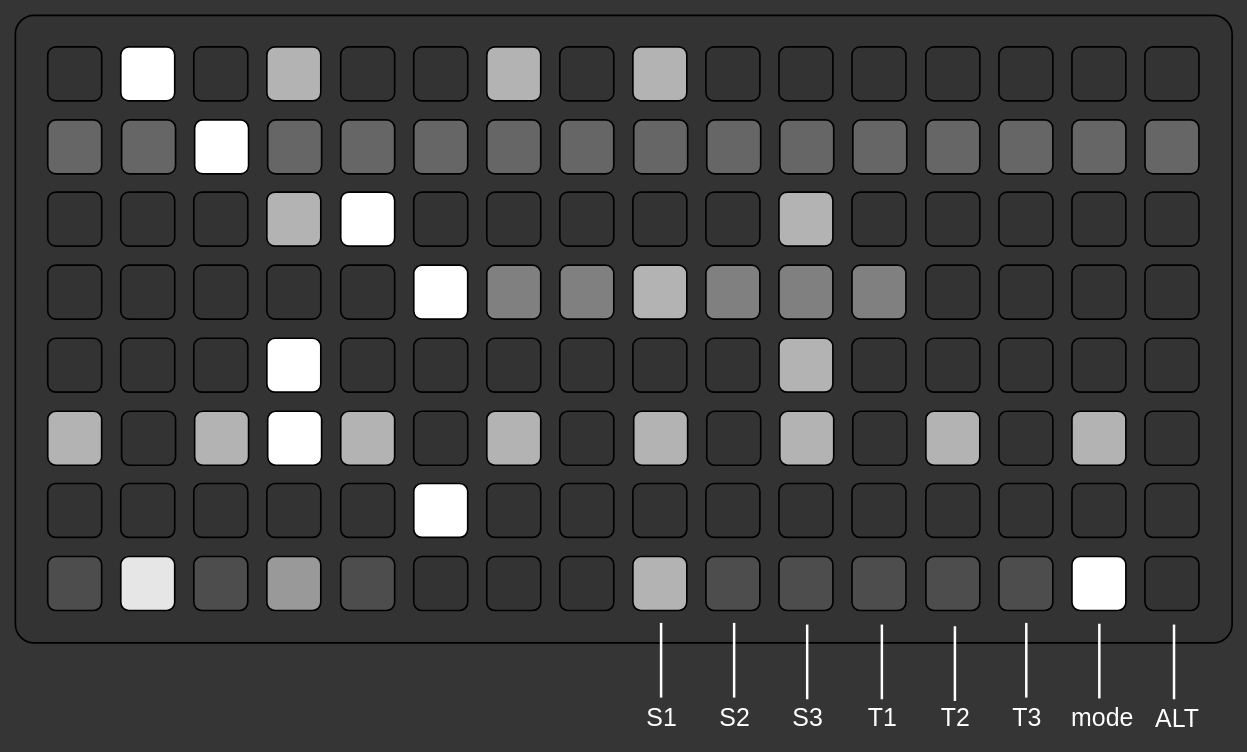
Above: page "main_grid" (1 of 12) of static/grid_movements.drawio in leontoddjohnson/etc (draw.io), before the change. Source tidied: cells renumbered, new cells numbered last; positions are measured from the earlier drawing's top-left corner, leaving out a move shared by most shapes. Both pictures are drawn from the tidied source at 83%, with x=0, y=0 at pixel (15, 15).
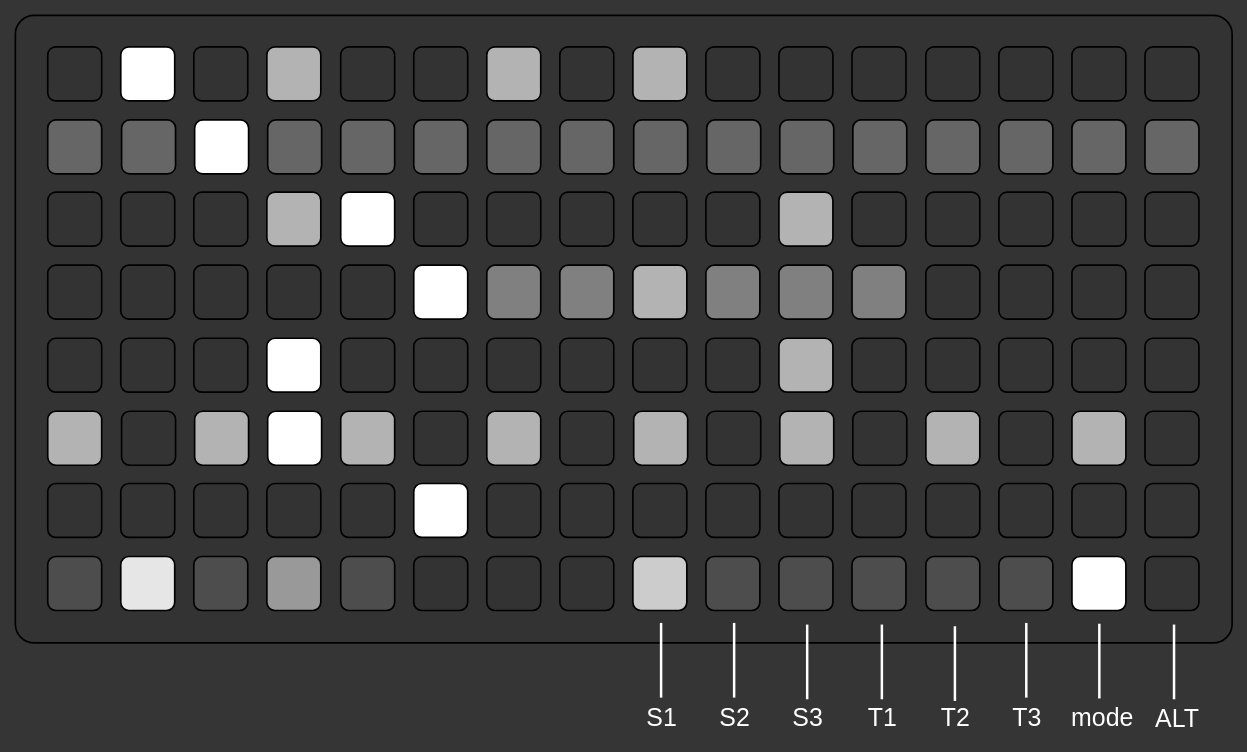
The same page after the edit.

Diff of the diagram source:
```diff
@@
-    <mxCell id="123" style="rounded=1;whiteSpace=wrap;html=1;strokeWidth=2;fillColor=#B3B3B3;strokeColor=default;" parent="1" vertex="1">
+    <mxCell id="123" style="rounded=1;whiteSpace=wrap;html=1;strokeWidth=2;fillColor=#CCCCCC;strokeColor=default;" parent="1" vertex="1">
       <mxGeometry x="744" y="652" width="65" height="65" as="geometry" />
     </mxCell>
```
